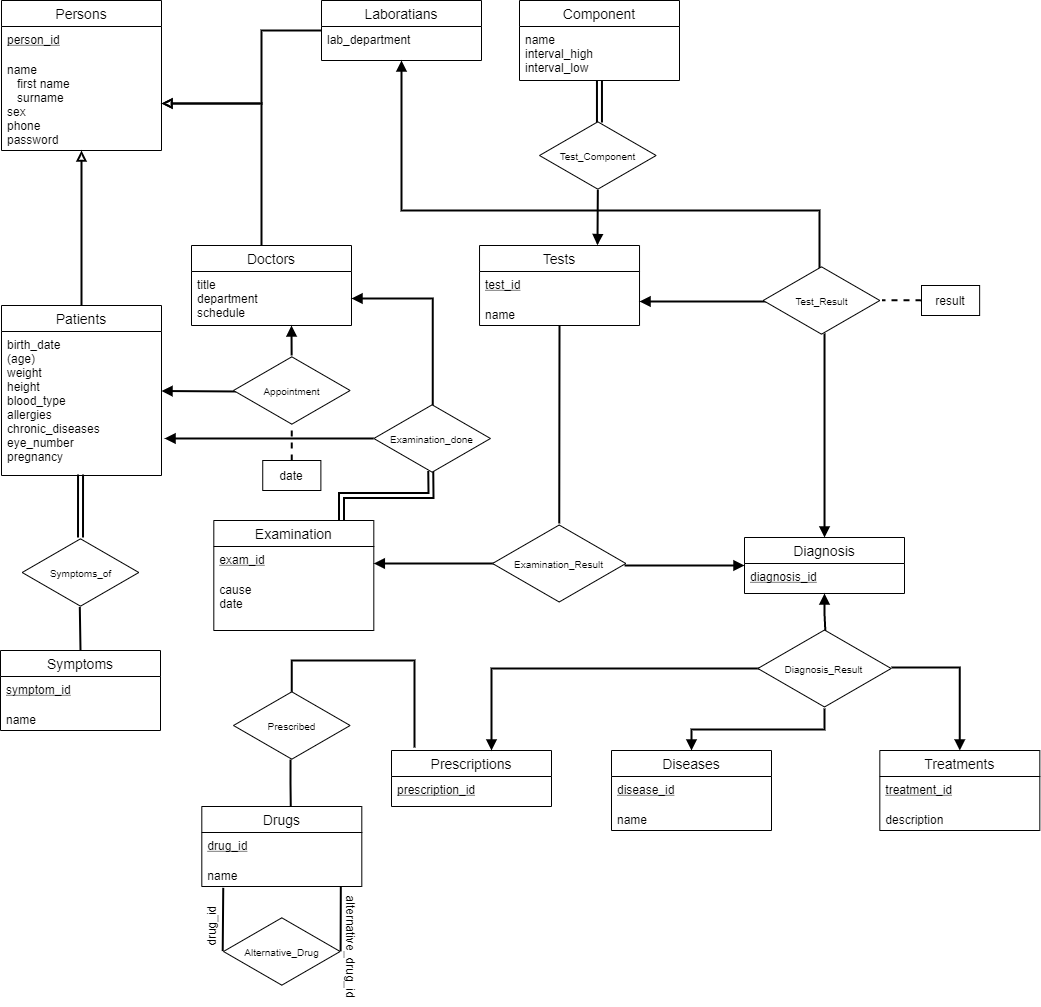
This is ER Diagram.png from alperenya/CS-353-Project-Group-29, a draw.io export, as it was before one commit. Source tidied: cells renumbered, new cells last; positions are measured from the earlier drawing's top-left corner, leaving out a move shared by most shapes.
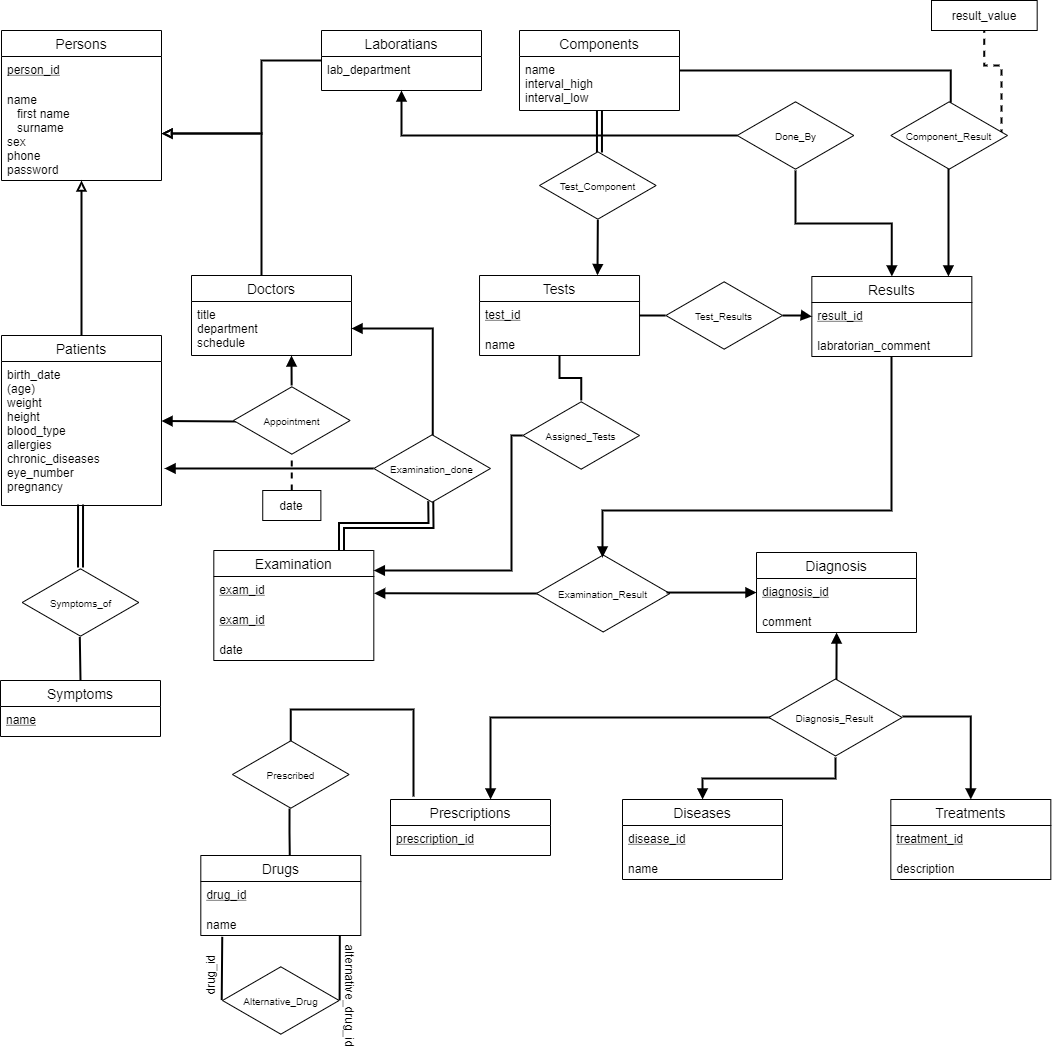
After the commit.

What changed in the source:
```diff
@@ -43,10 +43,2 @@
     </mxCell>
-    <mxCell id="12" style="edgeStyle=orthogonalEdgeStyle;rounded=0;jettySize=auto;html=1;endArrow=none;endFill=0;strokeColor=#000000;strokeWidth=2;startArrow=block;startFill=1;entryX=0.483;entryY=0.086;entryDx=0;entryDy=0;entryPerimeter=0;" parent="1" edge="1" source="13" target="50">
-      <mxGeometry relative="1" as="geometry">
-        <Array as="points">
-          <mxPoint x="401" y="210" />
-          <mxPoint x="819" y="210" />
-        </Array>
-      </mxGeometry>
-    </mxCell>
     <mxCell id="13" value="Laboratians" style="swimlane;fontStyle=0;horizontal=1;startSize=26;align=center;fontSize=14;strokeWidth=1;" parent="1" vertex="1">
@@ -57,4 +49,6 @@
     </mxCell>
-    <mxCell id="15" style="edgeStyle=orthogonalEdgeStyle;rounded=0;jettySize=auto;html=1;endArrow=none;endFill=0;strokeWidth=2;startArrow=block;startFill=1;strokeColor=none;dashed=1;" parent="1" edge="1" source="18" target="50">
-      <mxGeometry relative="1" as="geometry" />
+    <mxCell id="15" style="edgeStyle=orthogonalEdgeStyle;rounded=0;jettySize=auto;html=1;endArrow=none;endFill=0;strokeWidth=2;startArrow=block;startFill=1;strokeColor=none;dashed=1;" parent="1" edge="1" source="18">
+      <mxGeometry relative="1" as="geometry">
+        <mxPoint x="762.7" y="300" as="targetPoint" />
+      </mxGeometry>
     </mxCell>
@@ -68,10 +62,2 @@
     </mxCell>
-    <mxCell id="17" style="edgeStyle=orthogonalEdgeStyle;rounded=0;jettySize=auto;html=1;entryX=0.02;entryY=0.514;entryDx=0;entryDy=0;entryPerimeter=0;startArrow=block;startFill=1;endArrow=none;endFill=0;strokeColor=#000000;strokeWidth=2;" parent="1" edge="1" source="18" target="50">
-      <mxGeometry relative="1" as="geometry">
-        <Array as="points">
-          <mxPoint x="661" y="301" />
-          <mxPoint x="661" y="301" />
-        </Array>
-      </mxGeometry>
-    </mxCell>
     <mxCell id="18" value="Tests" style="swimlane;fontStyle=0;horizontal=1;startSize=26;align=center;fontSize=14;strokeWidth=1;" parent="1" vertex="1">
@@ -99,4 +85,7 @@
     </mxCell>
+    <mxCell id="77" value="exam_id" style="text;strokeColor=none;fillColor=none;spacingLeft=4;spacingRight=4;overflow=hidden;fontSize=12;fontStyle=4;" parent="22" vertex="1">
+      <mxGeometry y="56" width="160" height="30" as="geometry" />
+    </mxCell>
-    <mxCell id="24" value="cause&#10;date" style="text;strokeColor=none;fillColor=none;spacingLeft=4;spacingRight=4;overflow=hidden;fontSize=12;" parent="22" vertex="1">
-      <mxGeometry y="56" width="160" height="54" as="geometry" />
+    <mxCell id="24" value="date" style="text;strokeColor=none;fillColor=none;spacingLeft=4;spacingRight=4;overflow=hidden;fontSize=12;" parent="22" vertex="1">
+      <mxGeometry y="86" width="160" height="24" as="geometry" />
     </mxCell>
@@ -105,3 +94,3 @@
         <Array as="points">
-          <mxPoint x="491" y="668" />
+          <mxPoint x="490" y="687" />
         </Array>
@@ -110,3 +99,3 @@
     <mxCell id="26" value="Prescriptions" style="swimlane;fontStyle=0;horizontal=1;startSize=26;align=center;fontSize=14;strokeWidth=1;" parent="1" vertex="1">
-      <mxGeometry x="391" y="750" width="160" height="56" as="geometry" />
+      <mxGeometry x="390" y="769" width="160" height="56" as="geometry" />
     </mxCell>
@@ -116,3 +105,3 @@
     <mxCell id="28" value="Drugs" style="swimlane;fontStyle=0;horizontal=1;startSize=26;align=center;fontSize=14;strokeWidth=1;" parent="1" vertex="1">
-      <mxGeometry x="201.3" y="806" width="160" height="80" as="geometry" />
+      <mxGeometry x="200.3" y="825" width="160" height="80" as="geometry" />
     </mxCell>
@@ -128,3 +117,3 @@
     <mxCell id="32" value="Treatments" style="swimlane;fontStyle=0;horizontal=1;startSize=26;align=center;fontSize=14;strokeWidth=1;" parent="1" vertex="1">
-      <mxGeometry x="879.3" y="750" width="160" height="80" as="geometry" />
+      <mxGeometry x="890.3" y="769" width="160" height="80" as="geometry" />
     </mxCell>
@@ -149,6 +138,6 @@
     </mxCell>
-    <mxCell id="38" style="edgeStyle=orthogonalEdgeStyle;rounded=0;jettySize=auto;html=1;exitX=0.03;exitY=0.5;exitDx=0;exitDy=0;exitPerimeter=0;endArrow=block;endFill=1;strokeWidth=2;" parent="1" edge="1" source="40" target="22">
+    <mxCell id="38" style="edgeStyle=orthogonalEdgeStyle;rounded=0;jettySize=auto;html=1;exitX=0.03;exitY=0.5;exitDx=0;exitDy=0;exitPerimeter=0;endArrow=block;endFill=1;strokeWidth=2;entryX=1.002;entryY=0.561;entryDx=0;entryDy=0;entryPerimeter=0;" parent="1" edge="1" source="40" target="23">
       <mxGeometry relative="1" as="geometry">
         <Array as="points">
-          <mxPoint x="495.7" y="563" />
+          <mxPoint x="496" y="563" />
         </Array>
@@ -156,7 +145,4 @@
     </mxCell>
-    <mxCell id="39" style="edgeStyle=none;rounded=0;jumpSize=6;jettySize=auto;html=1;startArrow=none;startFill=0;sourcePerimeterSpacing=0;endArrow=none;endFill=0;strokeWidth=2;" parent="1" edge="1" source="40" target="20">
-      <mxGeometry relative="1" as="geometry" />
-    </mxCell>
     <mxCell id="40" value="&lt;font style=&quot;font-size: 10px&quot;&gt;Examination_Result&lt;/font&gt;" style="html=1;whiteSpace=wrap;shape=isoRectangle;" parent="1" vertex="1">
-      <mxGeometry x="492" y="523" width="133.3" height="80" as="geometry" />
+      <mxGeometry x="536" y="523" width="133.3" height="80" as="geometry" />
     </mxCell>
@@ -172,3 +158,3 @@
     <mxCell id="44" value="&lt;font style=&quot;font-size: 10px&quot;&gt;Prescribed&lt;/font&gt;" style="html=1;whiteSpace=wrap;shape=isoRectangle;" parent="1" vertex="1">
-      <mxGeometry x="233" y="690" width="116.7" height="70" as="geometry" />
+      <mxGeometry x="232" y="709" width="116.7" height="70" as="geometry" />
     </mxCell>
@@ -179,3 +165,3 @@
       <mxGeometry relative="1" as="geometry">
-        <mxPoint x="340.3" y="886" as="targetPoint" />
+        <mxPoint x="339.3" y="905" as="targetPoint" />
       </mxGeometry>
@@ -183,13 +169,10 @@
     <mxCell id="47" value="&lt;font style=&quot;font-size: 10px&quot;&gt;Alternative_Drug&lt;/font&gt;" style="html=1;whiteSpace=wrap;shape=isoRectangle;" parent="1" vertex="1">
-      <mxGeometry x="223" y="916" width="116.7" height="70" as="geometry" />
+      <mxGeometry x="222" y="935" width="116.7" height="70" as="geometry" />
     </mxCell>
     <mxCell id="48" value="drug_id" style="text;html=1;align=center;verticalAlign=middle;points=[];rotation=-90;" parent="1" vertex="1">
-      <mxGeometry x="181.3" y="916" width="60" height="20" as="geometry" />
+      <mxGeometry x="180.3" y="935" width="60" height="20" as="geometry" />
     </mxCell>
     <mxCell id="49" value="alternative_drug_id" style="text;html=1;align=center;verticalAlign=middle;rotation=90;" parent="1" vertex="1">
-      <mxGeometry x="291.3" y="936" width="120" height="20" as="geometry" />
+      <mxGeometry x="290.3" y="955" width="120" height="20" as="geometry" />
     </mxCell>
-    <mxCell id="50" value="&lt;span style=&quot;font-size: 10px&quot;&gt;Test_Result&lt;/span&gt;" style="html=1;whiteSpace=wrap;shape=isoRectangle;" parent="1" vertex="1">
-      <mxGeometry x="762.7" y="265" width="116.7" height="70" as="geometry" />
-    </mxCell>
     <mxCell id="51" style="edgeStyle=none;rounded=0;jumpSize=6;jettySize=auto;html=1;entryX=0.494;entryY=0.993;entryDx=0;entryDy=0;entryPerimeter=0;startArrow=none;startFill=0;sourcePerimeterSpacing=0;endArrow=none;endFill=0;strokeWidth=2;shape=link;" parent="1" edge="1" source="57" target="10">
@@ -198,16 +181,7 @@
     <mxCell id="52" value="Symptoms" style="swimlane;fontStyle=0;horizontal=1;startSize=26;align=center;fontSize=14;strokeWidth=1;" parent="1" vertex="1">
-      <mxGeometry y="650" width="160" height="80" as="geometry" />
+      <mxGeometry y="650" width="160" height="56" as="geometry" />
     </mxCell>
-    <mxCell id="53" value="symptom_id" style="text;strokeColor=none;fillColor=none;spacingLeft=4;spacingRight=4;overflow=hidden;fontSize=12;fontStyle=4;" parent="52" vertex="1">
+    <mxCell id="53" value="name" style="text;strokeColor=none;fillColor=none;spacingLeft=4;spacingRight=4;overflow=hidden;fontSize=12;fontStyle=4;" parent="52" vertex="1">
       <mxGeometry y="26" width="160" height="30" as="geometry" />
     </mxCell>
-    <mxCell id="54" value="name" style="text;strokeColor=none;fillColor=none;spacingLeft=4;spacingRight=4;overflow=hidden;fontSize=12;" parent="52" vertex="1">
-      <mxGeometry y="56" width="160" height="24" as="geometry" />
-    </mxCell>
-    <mxCell id="55" style="edgeStyle=none;rounded=0;jumpSize=6;jettySize=auto;html=1;entryX=1.019;entryY=0.496;entryDx=0;entryDy=0;entryPerimeter=0;startArrow=none;startFill=0;sourcePerimeterSpacing=0;endArrow=none;endFill=0;strokeWidth=2;dashed=1;" parent="1" edge="1" source="56" target="50">
-      <mxGeometry relative="1" as="geometry" />
-    </mxCell>
-    <mxCell id="56" value="result" style="whiteSpace=wrap;html=1;" parent="1" vertex="1">
-      <mxGeometry x="921" y="285" width="58.1" height="30" as="geometry" />
-    </mxCell>
     <mxCell id="57" value="&lt;font style=&quot;font-size: 10px&quot;&gt;Symptoms_of&lt;/font&gt;" style="html=1;whiteSpace=wrap;shape=isoRectangle;" parent="1" vertex="1">
@@ -230,4 +204,4 @@
         <Array as="points">
-          <mxPoint x="291" y="660" />
-          <mxPoint x="414" y="660" />
+          <mxPoint x="290" y="679" />
+          <mxPoint x="413" y="679" />
         </Array>
@@ -239,3 +213,3 @@
     <mxCell id="64" value="Diseases" style="swimlane;fontStyle=0;horizontal=1;startSize=26;align=center;fontSize=14;strokeWidth=1;" parent="1" vertex="1">
-      <mxGeometry x="611" y="750" width="160" height="80" as="geometry" />
+      <mxGeometry x="622" y="769" width="160" height="80" as="geometry" />
     </mxCell>
@@ -250,3 +224,3 @@
     </mxCell>
-    <mxCell id="68" value="Component" style="swimlane;fontStyle=0;horizontal=1;startSize=26;align=center;fontSize=14;strokeWidth=1;" parent="1" vertex="1">
+    <mxCell id="68" value="Components" style="swimlane;fontStyle=0;horizontal=1;startSize=26;align=center;fontSize=14;strokeWidth=1;" parent="1" vertex="1">
       <mxGeometry x="519" width="160" height="80" as="geometry" />
@@ -259,6 +233,11 @@
     </mxCell>
-    <mxCell id="71" style="edgeStyle=orthogonalEdgeStyle;rounded=0;jettySize=auto;html=1;entryX=0.526;entryY=0.971;entryDx=0;entryDy=0;entryPerimeter=0;startArrow=block;startFill=1;endArrow=none;endFill=0;strokeColor=#000000;strokeWidth=2;" parent="1" edge="1" source="74" target="50">
-      <mxGeometry relative="1" as="geometry" />
+    <mxCell id="71" style="edgeStyle=orthogonalEdgeStyle;rounded=0;jettySize=auto;html=1;startArrow=block;startFill=1;endArrow=none;endFill=0;strokeColor=#000000;strokeWidth=2;exitX=0.495;exitY=0.05;exitDx=0;exitDy=0;exitPerimeter=0;" parent="1" edge="1" source="40" target="79">
+      <mxGeometry relative="1" as="geometry">
+        <Array as="points">
+          <mxPoint x="602" y="480" />
+          <mxPoint x="891" y="480" />
+        </Array>
+      </mxGeometry>
     </mxCell>
-    <mxCell id="72" style="edgeStyle=orthogonalEdgeStyle;rounded=0;jettySize=auto;html=1;entryX=0.99;entryY=0.525;entryDx=0;entryDy=0;entryPerimeter=0;startArrow=block;startFill=1;endArrow=none;endFill=0;strokeColor=#000000;strokeWidth=2;" parent="1" edge="1" source="74" target="40">
+    <mxCell id="72" style="edgeStyle=orthogonalEdgeStyle;rounded=0;jettySize=auto;html=1;entryX=0.975;entryY=0.488;entryDx=0;entryDy=0;entryPerimeter=0;startArrow=block;startFill=1;endArrow=none;endFill=0;strokeColor=#000000;strokeWidth=2;" parent="1" edge="1" source="74" target="40">
       <mxGeometry relative="1" as="geometry" />
@@ -269,10 +248,78 @@
     <mxCell id="74" value="Diagnosis" style="swimlane;fontStyle=0;horizontal=1;startSize=26;align=center;fontSize=14;strokeWidth=1;" parent="1" vertex="1">
-      <mxGeometry x="744" y="537" width="160" height="56" as="geometry" />
+      <mxGeometry x="756" y="522" width="160" height="80" as="geometry" />
     </mxCell>
-    <mxCell id="75" value="diagnosis_id" style="text;strokeColor=none;fillColor=none;spacingLeft=4;spacingRight=4;overflow=hidden;fontSize=12;fontStyle=4;" parent="74" vertex="1">
+    <mxCell id="75" value="diagnosis_id&#10;&#10;comment" style="text;strokeColor=none;fillColor=none;spacingLeft=4;spacingRight=4;overflow=hidden;fontSize=12;fontStyle=4;" parent="74" vertex="1">
       <mxGeometry y="26" width="160" height="30" as="geometry" />
     </mxCell>
+    <mxCell id="78" value="comment" style="text;strokeColor=none;fillColor=none;spacingLeft=4;spacingRight=4;overflow=hidden;fontSize=12;" parent="74" vertex="1">
+      <mxGeometry y="56" width="160" height="24" as="geometry" />
+    </mxCell>
     <mxCell id="76" value="&lt;font style=&quot;font-size: 10px&quot;&gt;Diagnosis_Result&lt;/font&gt;" style="html=1;whiteSpace=wrap;shape=isoRectangle;" parent="1" vertex="1">
-      <mxGeometry x="757.3" y="628" width="133.3" height="80" as="geometry" />
+      <mxGeometry x="768.3" y="647" width="133.3" height="80" as="geometry" />
     </mxCell>
+    <mxCell id="79" value="Results" style="swimlane;fontStyle=0;horizontal=1;startSize=26;align=center;fontSize=14;strokeWidth=1;" parent="1" vertex="1">
+      <mxGeometry x="811.3" y="246" width="160" height="80" as="geometry" />
+    </mxCell>
+    <mxCell id="80" value="result_id" style="text;strokeColor=none;fillColor=none;spacingLeft=4;spacingRight=4;overflow=hidden;fontSize=12;fontStyle=4;" parent="79" vertex="1">
+      <mxGeometry y="26" width="160" height="30" as="geometry" />
+    </mxCell>
+    <mxCell id="81" value="labratorian_comment" style="text;strokeColor=none;fillColor=none;spacingLeft=4;spacingRight=4;overflow=hidden;fontSize=12;" parent="79" vertex="1">
+      <mxGeometry y="56" width="160" height="24" as="geometry" />
+    </mxCell>
+    <mxCell id="82" style="edgeStyle=orthogonalEdgeStyle;rounded=0;jettySize=auto;html=1;strokeWidth=2;endArrow=block;endFill=1;" parent="1" edge="1" source="84" target="13">
+      <mxGeometry relative="1" as="geometry" />
+    </mxCell>
+    <mxCell id="83" style="edgeStyle=orthogonalEdgeStyle;rounded=0;jettySize=auto;html=1;endArrow=block;endFill=1;strokeWidth=2;" parent="1" edge="1" source="84" target="79">
+      <mxGeometry relative="1" as="geometry" />
+    </mxCell>
+    <mxCell id="84" value="&lt;span style=&quot;font-size: 10px&quot;&gt;Done_By&lt;/span&gt;" style="html=1;whiteSpace=wrap;shape=isoRectangle;" parent="1" vertex="1">
+      <mxGeometry x="736.7" y="70" width="116.7" height="70" as="geometry" />
+    </mxCell>
+    <mxCell id="85" style="edgeStyle=orthogonalEdgeStyle;rounded=0;jettySize=auto;html=1;entryX=0.514;entryY=0.029;entryDx=0;entryDy=0;entryPerimeter=0;startArrow=none;startFill=0;endArrow=none;endFill=0;strokeColor=#000000;strokeWidth=2;" parent="1" edge="1" source="68" target="88">
+      <mxGeometry relative="1" as="geometry">
+        <Array as="points">
+          <mxPoint x="950" y="40" />
+        </Array>
+      </mxGeometry>
+    </mxCell>
+    <mxCell id="86" style="edgeStyle=orthogonalEdgeStyle;rounded=0;jettySize=auto;html=1;endArrow=block;endFill=1;strokeWidth=2;exitX=0.494;exitY=0.943;exitDx=0;exitDy=0;exitPerimeter=0;" parent="1" edge="1" source="88" target="79">
+      <mxGeometry relative="1" as="geometry">
+        <Array as="points">
+          <mxPoint x="948" y="210" />
+          <mxPoint x="948" y="210" />
+        </Array>
+      </mxGeometry>
+    </mxCell>
+    <mxCell id="87" style="edgeStyle=orthogonalEdgeStyle;rounded=0;jettySize=auto;html=1;endArrow=none;endFill=0;strokeWidth=2;dashed=1;exitX=0.949;exitY=0.5;exitDx=0;exitDy=0;exitPerimeter=0;" parent="1" edge="1" source="88" target="92">
+      <mxGeometry relative="1" as="geometry" />
+    </mxCell>
+    <mxCell id="88" value="&lt;span style=&quot;font-size: 10px&quot;&gt;Component_Result&lt;/span&gt;" style="html=1;whiteSpace=wrap;shape=isoRectangle;" parent="1" vertex="1">
+      <mxGeometry x="890.3" y="70" width="116.7" height="70" as="geometry" />
+    </mxCell>
+    <mxCell id="89" style="edgeStyle=orthogonalEdgeStyle;rounded=0;jettySize=auto;html=1;strokeWidth=2;endArrow=none;endFill=0;" parent="1" edge="1" source="91" target="18">
+      <mxGeometry relative="1" as="geometry" />
+    </mxCell>
+    <mxCell id="90" style="edgeStyle=orthogonalEdgeStyle;rounded=0;jettySize=auto;html=1;strokeWidth=2;endArrow=block;endFill=1;" parent="1" edge="1" source="91" target="79">
+      <mxGeometry relative="1" as="geometry" />
+    </mxCell>
+    <mxCell id="91" value="&lt;span style=&quot;font-size: 10px&quot;&gt;Test_Results&lt;/span&gt;" style="html=1;whiteSpace=wrap;shape=isoRectangle;" parent="1" vertex="1">
+      <mxGeometry x="665.3" y="250" width="116.7" height="70" as="geometry" />
+    </mxCell>
+    <mxCell id="92" value="result_value" style="whiteSpace=wrap;html=1;" parent="1" vertex="1">
+      <mxGeometry x="931" y="-30" width="105.7" height="30" as="geometry" />
+    </mxCell>
+    <mxCell id="93" style="edgeStyle=orthogonalEdgeStyle;rounded=0;jettySize=auto;html=1;endArrow=none;endFill=0;strokeWidth=2;" parent="1" edge="1" source="95" target="18">
+      <mxGeometry relative="1" as="geometry" />
+    </mxCell>
+    <mxCell id="94" style="edgeStyle=orthogonalEdgeStyle;rounded=0;jettySize=auto;html=1;endArrow=block;endFill=1;strokeWidth=2;startArrow=none;startFill=0;" parent="1" edge="1" source="95" target="22">
+      <mxGeometry relative="1" as="geometry">
+        <Array as="points">
+          <mxPoint x="511" y="405" />
+          <mxPoint x="511" y="540" />
+        </Array>
+      </mxGeometry>
+    </mxCell>
+    <mxCell id="95" value="&lt;span style=&quot;font-size: 10px&quot;&gt;Assigned_Tests&lt;/span&gt;" style="html=1;whiteSpace=wrap;shape=isoRectangle;" parent="1" vertex="1">
+      <mxGeometry x="522.4" y="370" width="116.7" height="70" as="geometry" />
+    </mxCell>
   </root>
```
